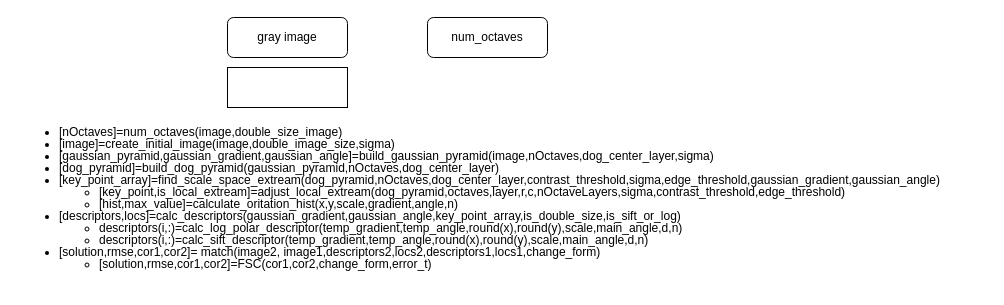
Before: sift_orign.drawio in stidyhard/draw, a draw.io diagram. Source tidied: cells renumbered, new cells numbered last; positions are measured from the earlier drawing's top-left corner, leaving out a move shared by most shapes. Both pictures are drawn from the tidied source at 100%, with x=0, y=0 at pixel (17, 17).
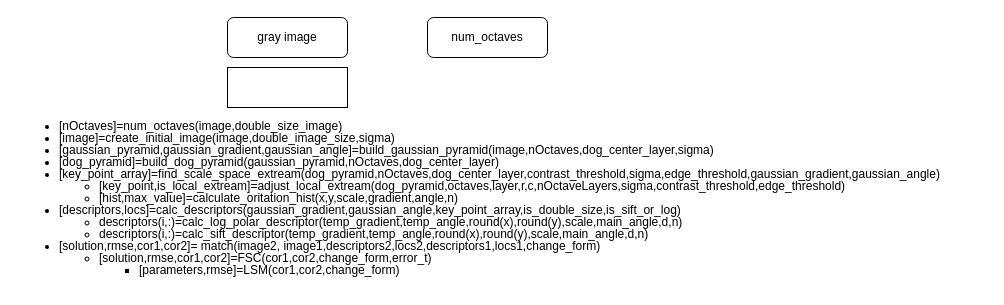
Above is the later version.

The edit, as a diff of the source:
```diff
@@
 <mxGraphModel>
   <root>
     <mxCell id="0" />
     <mxCell id="1" parent="0" />
     <mxCell id="2" value="gray image" style="rounded=1;whiteSpace=wrap;html=1;" parent="1" vertex="1">
       <mxGeometry x="210" width="120" height="40" as="geometry" />
     </mxCell>
     <mxCell id="3" value="num_octaves" style="rounded=1;whiteSpace=wrap;html=1;" parent="1" vertex="1">
       <mxGeometry x="410" width="120" height="40" as="geometry" />
     </mxCell>
     <mxCell id="4" style="rounded=0;whiteSpace=wrap;html=1;" parent="1" vertex="1">
       <mxGeometry x="210" y="50" width="120" height="40" as="geometry" />
     </mxCell>
-    <mxCell id="5" value="&lt;ul style=&quot;line-height: 100%;&quot;&gt;&lt;li&gt;[nOctaves]=num_octaves(image,double_size_image)&lt;/li&gt;&lt;li&gt;[image]=create_initial_image(image,double_image_size,sigma)&lt;/li&gt;&lt;li&gt;[gaussian_pyramid,gaussian_gradient,gaussian_angle]=build_gaussian_pyramid(image,nOctaves,dog_center_layer,sigma)&lt;/li&gt;&lt;li&gt;[dog_pyramid]=build_dog_pyramid(gaussian_pyramid,nOctaves,dog_center_layer)&lt;/li&gt;&lt;li&gt;[key_point_array]=find_scale_space_extream(dog_pyramid,nOctaves,dog_center_layer,contrast_threshold,sigma,edge_threshold,gaussian_gradient,gaussian_angle)&lt;/li&gt;&lt;ul&gt;&lt;li&gt;[key_point,is_local_extream]=adjust_local_extream(dog_pyramid,octaves,layer,r,c,nOctaveLayers,sigma,contrast_threshold,edge_threshold)&lt;/li&gt;&lt;li&gt;[hist,max_value]=calculate_oritation_hist(x,y,scale,gradient,angle,n)&lt;/li&gt;&lt;/ul&gt;&lt;li&gt;[descriptors,locs]=calc_descriptors(gaussian_gradient,gaussian_angle,key_point_array,is_double_size,is_sift_or_log)&lt;/li&gt;&lt;ul&gt;&lt;li&gt;descriptors(i,:)=calc_log_polar_descriptor(temp_gradient,temp_angle,round(x),round(y),scale,main_angle,d,n)&lt;/li&gt;&lt;li&gt;descriptors(i,:)=calc_sift_descriptor(temp_gradient,temp_angle,round(x),round(y),scale,main_angle,d,n)&lt;/li&gt;&lt;/ul&gt;&lt;li&gt;[solution,rmse,cor1,cor2]= match(image2, image1,descriptors2,locs2,descriptors1,locs1,change_form)&lt;/li&gt;&lt;ul&gt;&lt;li&gt;[solution,rmse,cor1,cor2]=FSC(cor1,cor2,change_form,error_t)&lt;br&gt;&lt;/li&gt;&lt;/ul&gt;&lt;/ul&gt;" style="text;html=1;align=left;verticalAlign=middle;whiteSpace=wrap;rounded=0;" parent="1" vertex="1">
+    <mxCell id="5" value="&lt;ul style=&quot;line-height: 100%;&quot;&gt;&lt;li&gt;[nOctaves]=num_octaves(image,double_size_image)&lt;/li&gt;&lt;li&gt;[image]=create_initial_image(image,double_image_size,sigma)&lt;/li&gt;&lt;li&gt;[gaussian_pyramid,gaussian_gradient,gaussian_angle]=build_gaussian_pyramid(image,nOctaves,dog_center_layer,sigma)&lt;/li&gt;&lt;li&gt;[dog_pyramid]=build_dog_pyramid(gaussian_pyramid,nOctaves,dog_center_layer)&lt;/li&gt;&lt;li&gt;[key_point_array]=find_scale_space_extream(dog_pyramid,nOctaves,dog_center_layer,contrast_threshold,sigma,edge_threshold,gaussian_gradient,gaussian_angle)&lt;/li&gt;&lt;ul&gt;&lt;li&gt;[key_point,is_local_extream]=adjust_local_extream(dog_pyramid,octaves,layer,r,c,nOctaveLayers,sigma,contrast_threshold,edge_threshold)&lt;/li&gt;&lt;li&gt;[hist,max_value]=calculate_oritation_hist(x,y,scale,gradient,angle,n)&lt;/li&gt;&lt;/ul&gt;&lt;li&gt;[descriptors,locs]=calc_descriptors(gaussian_gradient,gaussian_angle,key_point_array,is_double_size,is_sift_or_log)&lt;/li&gt;&lt;ul&gt;&lt;li&gt;descriptors(i,:)=calc_log_polar_descriptor(temp_gradient,temp_angle,round(x),round(y),scale,main_angle,d,n)&lt;/li&gt;&lt;li&gt;descriptors(i,:)=calc_sift_descriptor(temp_gradient,temp_angle,round(x),round(y),scale,main_angle,d,n)&lt;/li&gt;&lt;/ul&gt;&lt;li&gt;[solution,rmse,cor1,cor2]= match(image2, image1,descriptors2,locs2,descriptors1,locs1,change_form)&lt;/li&gt;&lt;ul&gt;&lt;li&gt;[solution,rmse,cor1,cor2]=FSC(cor1,cor2,change_form,error_t)&lt;br&gt;&lt;/li&gt;&lt;ul&gt;&lt;li&gt;[parameters,rmse]=LSM(cor1,cor2,change_form)&lt;br&gt;&lt;/li&gt;&lt;/ul&gt;&lt;/ul&gt;&lt;/ul&gt;" style="text;html=1;align=left;verticalAlign=middle;whiteSpace=wrap;rounded=0;" parent="1" vertex="1">
       <mxGeometry y="140" width="970" height="80" as="geometry" />
     </mxCell>
   </root>
 </mxGraphModel>
```
